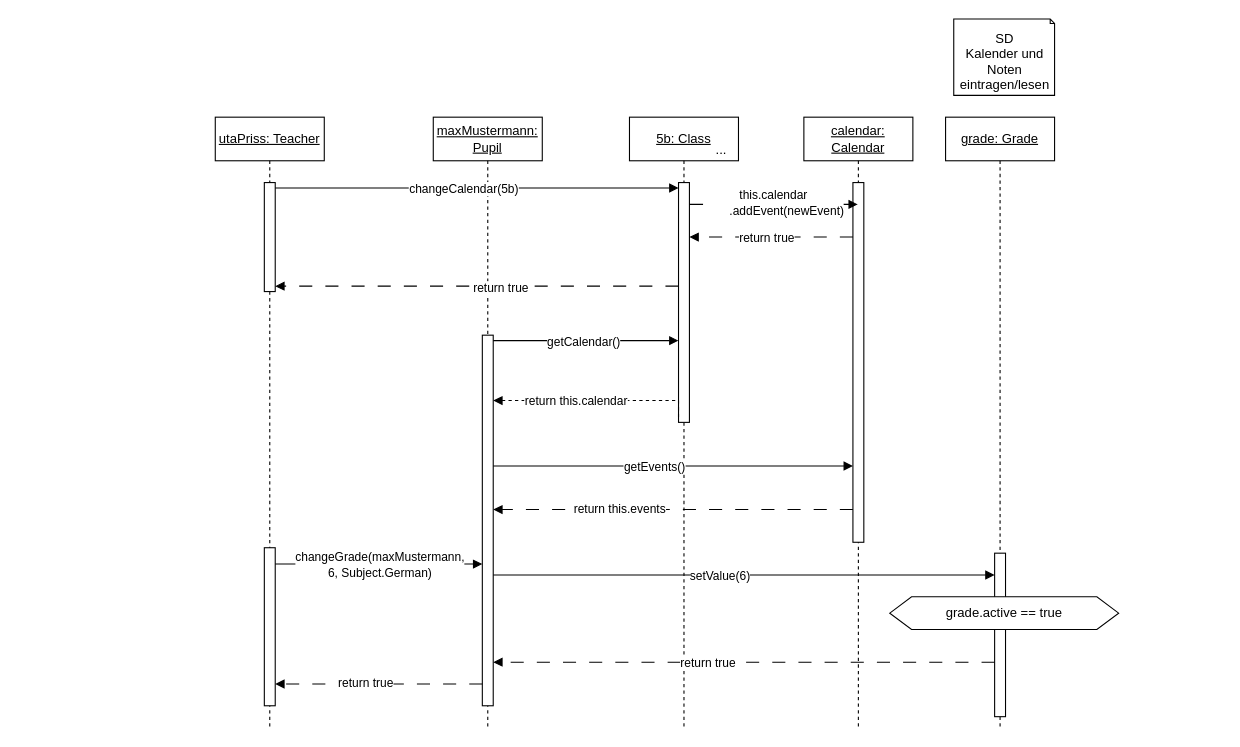
The draw.io diagram Sequenzdiagramm.drawio in TrainFan1804/SchulverwaltungUML, before the edit. Source tidied: cells renumbered, new cells numbered last; positions are measured from the earlier drawing's top-left corner, leaving out a move shared by most shapes. Both pictures are drawn from the tidied source at 109%, with x=0, y=0 at pixel (215, 19).
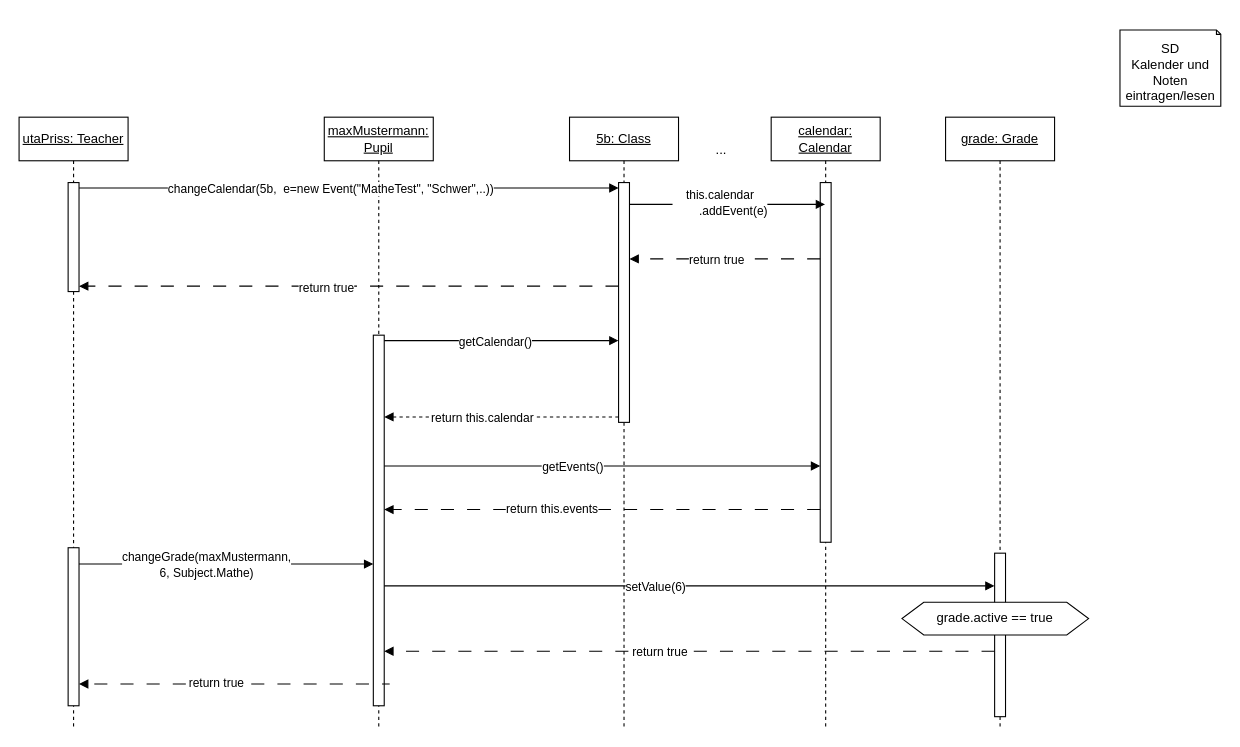
The same page after the edit.

Commit message (it also covers changes not shown here):
Albaraas pc ist dumm

weil er neue dateien erstellt

The change refers to these unchanged cells:
```xml
<mxCell id="4" style="html=1;points=[[0,0,0,0,5],[0,1,0,0,-5],[1,0,0,0,5],[1,1,0,0,-5]];perimeter=orthogonalPerimeter;outlineConnect=0;targetShapes=umlLifeline;portConstraint=eastwest;newEdgeStyle={&quot;curved&quot;:0,&quot;rounded&quot;:0};" parent="3" vertex="1">
  <mxGeometry x="45" y="200" width="10" height="340" as="geometry" />
</mxCell>
<mxCell id="6" style="html=1;points=[[0,0,0,0,5],[0,1,0,0,-5],[1,0,0,0,5],[1,1,0,0,-5]];perimeter=orthogonalPerimeter;outlineConnect=0;targetShapes=umlLifeline;portConstraint=eastwest;newEdgeStyle={&quot;curved&quot;:0,&quot;rounded&quot;:0};" parent="5" vertex="1">
  <mxGeometry x="45" y="60" width="10" height="220" as="geometry" />
</mxCell>
<mxCell id="12" style="html=1;points=[[0,0,0,0,5],[0,1,0,0,-5],[1,0,0,0,5],[1,1,0,0,-5]];perimeter=orthogonalPerimeter;outlineConnect=0;targetShapes=umlLifeline;portConstraint=eastwest;newEdgeStyle={&quot;curved&quot;:0,&quot;rounded&quot;:0};" parent="11" vertex="1">
  <mxGeometry x="45" y="60" width="10" height="330" as="geometry" />
</mxCell>
<mxCell id="18" style="edgeStyle=orthogonalEdgeStyle;rounded=0;jettySize=auto;html=1;curved=0;entryX=0;entryY=0;entryDx=0;entryDy=5;entryPerimeter=0;endArrow=block;endFill=1;" parent="1" edge="1" source="16" target="6">
  <mxGeometry relative="1" as="geometry">
    <Array as="points">
      <mxPoint x="210" y="155" />
      <mxPoint x="210" y="155" />
    </Array>
  </mxGeometry>
</mxCell>
<mxCell id="20" style="edgeStyle=orthogonalEdgeStyle;rounded=0;jettySize=auto;html=1;curved=0;endArrow=block;endFill=1;" parent="1" edge="1" source="6" target="11">
  <mxGeometry relative="1" as="geometry">
    <Array as="points">
      <mxPoint x="490" y="170" />
      <mxPoint x="490" y="170" />
    </Array>
  </mxGeometry>
</mxCell>
<mxCell id="25" style="edgeStyle=orthogonalEdgeStyle;rounded=0;jettySize=auto;html=1;curved=0;endArrow=block;endFill=1;dashed=1;entryX=1;entryY=1;entryDx=0;entryDy=-5;entryPerimeter=0;dashPattern=12 12;" parent="1" edge="1" source="6" target="16">
  <mxGeometry relative="1" as="geometry">
    <Array as="points">
      <mxPoint x="220" y="245" />
      <mxPoint x="220" y="245" />
    </Array>
  </mxGeometry>
</mxCell>
<mxCell id="29" style="edgeStyle=orthogonalEdgeStyle;rounded=0;jettySize=auto;html=1;curved=0;endArrow=block;endFill=1;" parent="1" edge="1" source="17" target="4">
  <mxGeometry relative="1" as="geometry">
    <Array as="points">
      <mxPoint x="140" y="500" />
      <mxPoint x="140" y="500" />
    </Array>
  </mxGeometry>
</mxCell>
<mxCell id="32" style="html=1;points=[[0,0,0,0,5],[0,1,0,0,-5],[1,0,0,0,5],[1,1,0,0,-5]];perimeter=orthogonalPerimeter;outlineConnect=0;targetShapes=umlLifeline;portConstraint=eastwest;newEdgeStyle={&quot;curved&quot;:0,&quot;rounded&quot;:0};" parent="31" vertex="1">
  <mxGeometry x="45" y="400" width="10" height="150" as="geometry" />
</mxCell>
```

Diff of the diagram source:
```diff
@@
     <mxCell id="2" value="SD&lt;div&gt;Kalender und Noten&lt;/div&gt;&lt;div&gt;eintragen/lesen&lt;/div&gt;" style="shape=note2;boundedLbl=1;whiteSpace=wrap;html=1;size=4;verticalAlign=top;align=center;" parent="1" vertex="1">
-      <mxGeometry x="677.5" width="92.5" height="70" as="geometry" />
+      <mxGeometry x="830" y="10" width="92.5" height="70" as="geometry" />
     </mxCell>
     <mxCell id="3" value="&lt;u&gt;maxMustermann: Pupil&lt;/u&gt;" style="shape=umlLifeline;perimeter=lifelinePerimeter;whiteSpace=wrap;html=1;newEdgeStyle={&quot;edgeStyle&quot;:&quot;elbowEdgeStyle&quot;,&quot;elbow&quot;:&quot;vertical&quot;,&quot;curved&quot;:0,&quot;rounded&quot;:0};" parent="1" vertex="1">
-      <mxGeometry x="200" y="90" width="100" height="560" as="geometry" />
+      <mxGeometry x="100" y="90" width="100" height="560" as="geometry" />
     </mxCell>
@@
     <mxCell id="5" value="&lt;u&gt;5b: Class&lt;/u&gt;" style="shape=umlLifeline;perimeter=lifelinePerimeter;whiteSpace=wrap;html=1;newEdgeStyle={&quot;edgeStyle&quot;:&quot;elbowEdgeStyle&quot;,&quot;elbow&quot;:&quot;vertical&quot;,&quot;curved&quot;:0,&quot;rounded&quot;:0};" parent="1" vertex="1">
-      <mxGeometry x="380" y="90" width="100" height="560" as="geometry" />
+      <mxGeometry x="325" y="90" width="100" height="560" as="geometry" />
     </mxCell>
@@
     <mxCell id="9" style="edgeStyle=orthogonalEdgeStyle;rounded=0;jettySize=auto;html=1;curved=0;dashed=1;endArrow=block;endFill=1;exitX=0;exitY=1;exitDx=0;exitDy=-5;exitPerimeter=0;" parent="1" edge="1" source="6" target="4">
       <mxGeometry relative="1" as="geometry">
         <Array as="points">
-          <mxPoint x="425" y="350" />
+          <mxPoint x="290" y="365" />
+          <mxPoint x="290" y="365" />
         </Array>
       </mxGeometry>
     </mxCell>
@@
     <mxCell id="11" value="&lt;u&gt;calendar: Calendar&lt;/u&gt;" style="shape=umlLifeline;perimeter=lifelinePerimeter;whiteSpace=wrap;html=1;outlineConnect=0;portConstraint=eastwest;newEdgeStyle={&quot;edgeStyle&quot;:&quot;elbowEdgeStyle&quot;,&quot;elbow&quot;:&quot;vertical&quot;,&quot;curved&quot;:0,&quot;rounded&quot;:0};" parent="1" vertex="1">
-      <mxGeometry x="540" y="90" width="100" height="560" as="geometry" />
+      <mxGeometry x="510" y="90" width="100" height="560" as="geometry" />
     </mxCell>
@@
     <mxCell id="15" value="&lt;u&gt;utaPriss: Teacher&lt;/u&gt;" style="shape=umlLifeline;perimeter=lifelinePerimeter;whiteSpace=wrap;html=1;newEdgeStyle={&quot;edgeStyle&quot;:&quot;elbowEdgeStyle&quot;,&quot;elbow&quot;:&quot;vertical&quot;,&quot;curved&quot;:0,&quot;rounded&quot;:0};" parent="1" vertex="1">
-      <mxGeometry y="90" width="100" height="560" as="geometry" />
+      <mxGeometry x="-180" y="90" width="100" height="560" as="geometry" />
     </mxCell>
@@
-    <mxCell id="19" value="changeCalendar(5b)" style="edgeLabel;html=1;align=center;verticalAlign=middle;" parent="18" vertex="1">
+    <mxCell id="19" value="changeCalendar(5b,&amp;nbsp; e=new Event(&quot;MatheTest&quot;, &quot;Schwer&quot;,..))" style="edgeLabel;html=1;align=center;verticalAlign=middle;" parent="18" vertex="1">
       <mxGeometry x="-0.07" relative="1" as="geometry" />
     </mxCell>
@@
-    <mxCell id="21" value="this.calendar&lt;div&gt;&lt;span style=&quot;white-space: pre;&quot;&gt;&#9;&lt;/span&gt;.addEvent(newEvent)&lt;/div&gt;" style="edgeLabel;html=1;align=center;verticalAlign=middle;" parent="20" vertex="1">
+    <mxCell id="21" value="this.calendar&lt;div&gt;&lt;span style=&quot;white-space: pre;&quot;&gt;&#9;&lt;/span&gt;.addEvent(e)&lt;/div&gt;" style="edgeLabel;html=1;align=center;verticalAlign=middle;" parent="20" vertex="1">
       <mxGeometry x="-0.46" y="3" relative="1" as="geometry">
         <mxPoint x="34" y="1" as="offset" />
       </mxGeometry>
     </mxCell>
     <mxCell id="22" style="edgeStyle=orthogonalEdgeStyle;rounded=0;jettySize=auto;html=1;curved=0;endArrow=block;endFill=1;dashed=1;dashPattern=12 12;" parent="1" edge="1" source="12" target="6">
       <mxGeometry relative="1" as="geometry">
         <Array as="points">
-          <mxPoint x="560" y="200" />
-          <mxPoint x="560" y="200" />
+          <mxPoint x="460" y="220" />
+          <mxPoint x="460" y="220" />
         </Array>
       </mxGeometry>
     </mxCell>
@@
     <mxCell id="26" value="return true" style="edgeLabel;html=1;align=center;verticalAlign=middle;" parent="25" vertex="1">
       <mxGeometry x="-0.01" y="1" relative="1" as="geometry">
-        <mxPoint x="19" as="offset" />
+        <mxPoint x="-24" as="offset" />
       </mxGeometry>
     </mxCell>
@@
-    <mxCell id="30" value="changeGrade(maxMustermann,&lt;div&gt;6, Subject.German)&lt;/div&gt;" style="edgeLabel;html=1;align=center;verticalAlign=middle;" parent="29" vertex="1">
+    <mxCell id="30" value="changeGrade(maxMustermann,&lt;div&gt;6, Subject.Mathe)&lt;/div&gt;" style="edgeLabel;html=1;align=center;verticalAlign=middle;" parent="29" vertex="1">
       <mxGeometry x="-0.48" relative="1" as="geometry">
         <mxPoint x="46" as="offset" />
       </mxGeometry>
     </mxCell>
@@
     <mxCell id="33" style="edgeStyle=orthogonalEdgeStyle;rounded=0;jettySize=auto;html=1;curved=0;endArrow=block;endFill=1;" parent="1" edge="1" source="4" target="32">
       <mxGeometry relative="1" as="geometry">
         <Array as="points">
-          <mxPoint x="480" y="510" />
-          <mxPoint x="480" y="510" />
+          <mxPoint x="570" y="520" />
+          <mxPoint x="570" y="520" />
         </Array>
       </mxGeometry>
     </mxCell>
@@
-    <mxCell id="35" style="edgeStyle=orthogonalEdgeStyle;rounded=0;jettySize=auto;html=1;curved=0;dashed=1;endArrow=block;endFill=1;dashPattern=12 12;" parent="1" edge="1" source="32" target="4">
+    <mxCell id="35" style="edgeStyle=orthogonalEdgeStyle;rounded=0;orthogonalLoop=1;jettySize=auto;html=1;curved=0;dashed=1;endArrow=block;endFill=1;dashPattern=12 12;" parent="1" edge="1">
       <mxGeometry relative="1" as="geometry">
+        <mxPoint x="715" y="580" as="sourcePoint" />
+        <mxPoint x="155" y="580" as="targetPoint" />
         <Array as="points">
-          <mxPoint x="490" y="590" />
-          <mxPoint x="490" y="590" />
+          <mxPoint x="490" y="580" />
+          <mxPoint x="490" y="580" />
         </Array>
       </mxGeometry>
     </mxCell>
@@
     <mxCell id="39" value="grade.active == true" style="shape=hexagon;perimeter=hexagonPerimeter2;whiteSpace=wrap;html=1;fixedSize=1;" parent="1" vertex="1">
-      <mxGeometry x="618.8" y="530" width="210" height="30" as="geometry" />
+      <mxGeometry x="630" y="535" width="171.2" height="30" as="geometry" />
     </mxCell>
```
